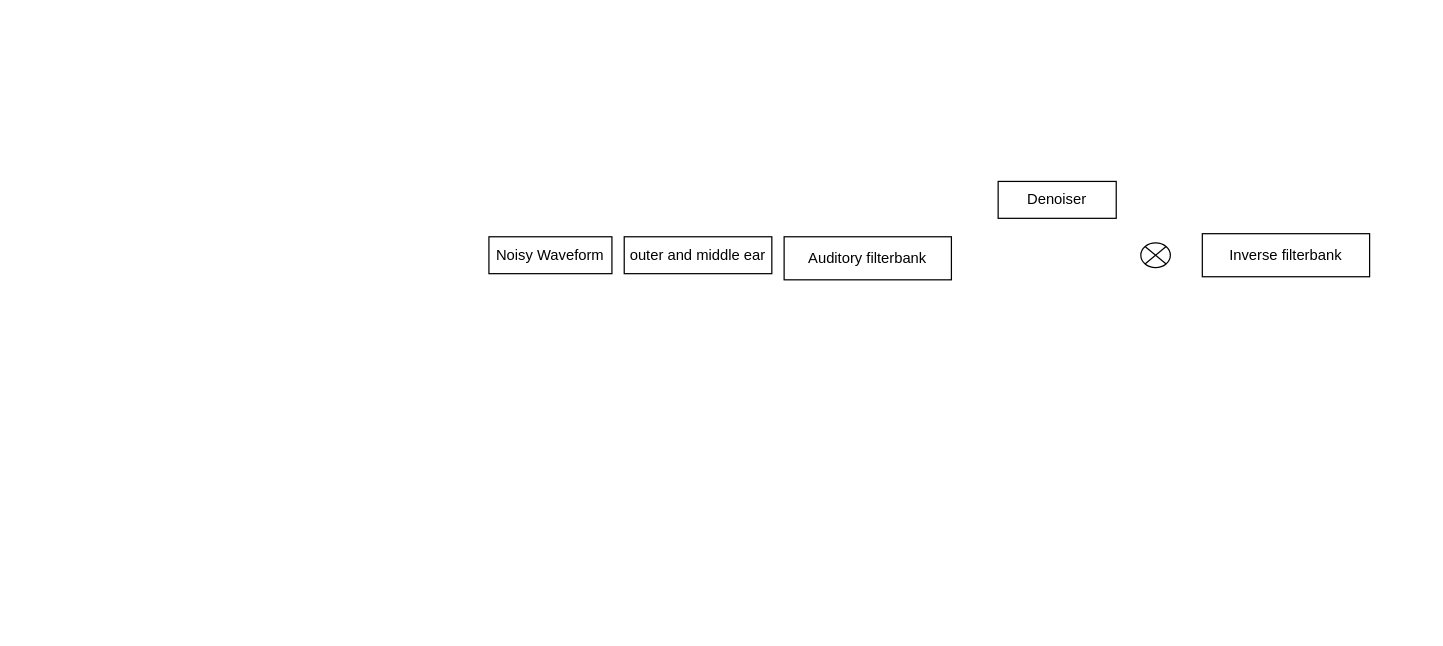
This is model/未命名绘图.drawio from linan2/A-Convolutional-Recurrent-Neural-Network-for-Real-Time-Speech-Enhancement, a draw.io file, before an edit. Source tidied: cells renumbered, new cells numbered last; positions are measured from the earlier drawing's top-left corner, leaving out a move shared by most shapes. Both pictures are drawn from the tidied source at 123%, with x=0, y=0 at pixel (488, 181).
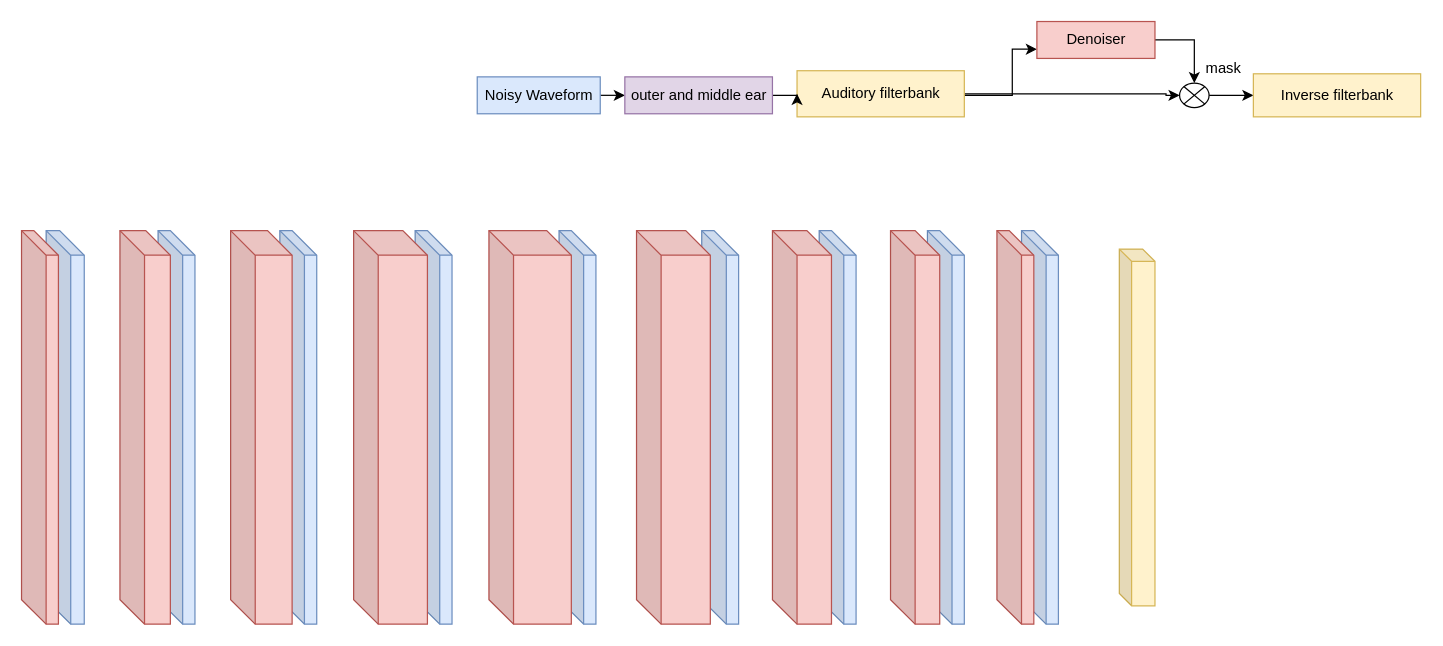
Above is the later version.

Commit message:
更新未命名绘图.drawio

The edit, as a diff of the source:
```diff
@@
+    <mxCell id="8" style="edgeStyle=orthogonalEdgeStyle;rounded=0;jettySize=auto;html=1;exitX=1;exitY=0.5;exitDx=0;exitDy=0;entryX=0;entryY=0.5;entryDx=0;entryDy=0;" parent="1" edge="1" source="2" target="4">
+      <mxGeometry relative="1" as="geometry" />
+    </mxCell>
-    <mxCell id="2" value="Noisy Waveform" style="rounded=0;whiteSpace=wrap;html=1;" parent="1" vertex="1">
-      <mxGeometry y="45" width="100" height="30" as="geometry" />
+    <mxCell id="2" value="Noisy Waveform" style="rounded=0;whiteSpace=wrap;html=1;fillColor=#dae8fc;strokeColor=#6c8ebf;" parent="1" vertex="1">
+      <mxGeometry x="-9.5" y="-85" width="100" height="30" as="geometry" />
     </mxCell>
+    <mxCell id="9" style="edgeStyle=orthogonalEdgeStyle;rounded=0;jettySize=auto;html=1;exitX=1;exitY=0.5;exitDx=0;exitDy=0;entryX=0;entryY=0.5;entryDx=0;entryDy=0;entryPerimeter=0;" parent="1" edge="1" source="3" target="6">
+      <mxGeometry relative="1" as="geometry">
+        <Array as="points">
+          <mxPoint x="550.5" y="-71" />
+          <mxPoint x="550.5" y="-70" />
+        </Array>
+      </mxGeometry>
+    </mxCell>
+    <mxCell id="10" style="edgeStyle=orthogonalEdgeStyle;rounded=0;jettySize=auto;html=1;entryX=0;entryY=0.75;entryDx=0;entryDy=0;" parent="1" edge="1" source="3" target="5">
+      <mxGeometry relative="1" as="geometry">
+        <Array as="points">
+          <mxPoint x="425.5" y="-70" />
+          <mxPoint x="425.5" y="-107" />
+        </Array>
+      </mxGeometry>
+    </mxCell>
-    <mxCell id="3" value="Auditory filterbank" style="rounded=0;whiteSpace=wrap;html=1;" parent="1" vertex="1">
-      <mxGeometry x="240" y="45" width="136" height="35" as="geometry" />
+    <mxCell id="3" value="Auditory filterbank" style="rounded=0;whiteSpace=wrap;html=1;fillColor=#fff2cc;strokeColor=#d6b656;" parent="1" vertex="1">
+      <mxGeometry x="250.5" y="-90" width="136" height="37.5" as="geometry" />
     </mxCell>
+    <mxCell id="11" style="edgeStyle=orthogonalEdgeStyle;rounded=0;jettySize=auto;html=1;exitX=1;exitY=0.5;exitDx=0;exitDy=0;entryX=0;entryY=0.5;entryDx=0;entryDy=0;" parent="1" edge="1" source="4" target="3">
+      <mxGeometry relative="1" as="geometry" />
+    </mxCell>
-    <mxCell id="4" value="outer and middle ear" style="rounded=0;whiteSpace=wrap;html=1;" parent="1" vertex="1">
-      <mxGeometry x="110" y="45" width="120" height="30" as="geometry" />
+    <mxCell id="4" value="outer and middle ear" style="rounded=0;whiteSpace=wrap;html=1;fillColor=#e1d5e7;strokeColor=#9673a6;" parent="1" vertex="1">
+      <mxGeometry x="110.5" y="-85" width="120" height="30" as="geometry" />
     </mxCell>
+    <mxCell id="12" style="edgeStyle=orthogonalEdgeStyle;rounded=0;jettySize=auto;html=1;entryX=0.5;entryY=0;entryDx=0;entryDy=0;entryPerimeter=0;" parent="1" edge="1" source="5" target="6">
+      <mxGeometry relative="1" as="geometry" />
+    </mxCell>
-    <mxCell id="5" value="Denoiser" style="rounded=0;whiteSpace=wrap;html=1;" parent="1" vertex="1">
-      <mxGeometry x="414" width="96" height="30" as="geometry" />
+    <mxCell id="5" value="Denoiser" style="rounded=0;whiteSpace=wrap;html=1;fillColor=#f8cecc;strokeColor=#b85450;" parent="1" vertex="1">
+      <mxGeometry x="445.5" y="-130" width="96" height="30" as="geometry" />
     </mxCell>
+    <mxCell id="13" style="edgeStyle=orthogonalEdgeStyle;rounded=0;jettySize=auto;html=1;exitX=1;exitY=0.5;exitDx=0;exitDy=0;exitPerimeter=0;entryX=0;entryY=0.5;entryDx=0;entryDy=0;" parent="1" edge="1" source="6" target="7">
+      <mxGeometry relative="1" as="geometry" />
+    </mxCell>
     <mxCell id="6" style="verticalLabelPosition=bottom;verticalAlign=top;html=1;shape=mxgraph.flowchart.or;" parent="1" vertex="1">
-      <mxGeometry x="530" y="50" width="24" height="20" as="geometry" />
+      <mxGeometry x="561.5" y="-80" width="24" height="20" as="geometry" />
     </mxCell>
-    <mxCell id="7" value="Inverse filterbank" style="rounded=0;whiteSpace=wrap;html=1;" parent="1" vertex="1">
-      <mxGeometry x="580" y="42.5" width="136" height="35" as="geometry" />
+    <mxCell id="7" value="Inverse filterbank" style="rounded=0;whiteSpace=wrap;html=1;fillColor=#fff2cc;strokeColor=#d6b656;" parent="1" vertex="1">
+      <mxGeometry x="621.5" y="-87.5" width="136" height="35" as="geometry" />
     </mxCell>
+    <mxCell id="14" value="mask" style="text;html=1;align=center;verticalAlign=middle;strokeColor=none;fillColor=none;" parent="1" vertex="1">
+      <mxGeometry x="571.5" y="-107.5" width="50" height="30" as="geometry" />
+    </mxCell>
+    <mxCell id="15" style="shape=cube;whiteSpace=wrap;html=1;boundedLbl=1;backgroundOutline=1;darkOpacity=0.05;darkOpacity2=0.1;fillColor=#dae8fc;strokeColor=#6c8ebf;" parent="1" vertex="1">
+      <mxGeometry x="-360" y="40" width="31" height="320" as="geometry" />
+    </mxCell>
+    <mxCell id="16" style="shape=cube;whiteSpace=wrap;html=1;boundedLbl=1;backgroundOutline=1;darkOpacity=0.05;darkOpacity2=0.1;fillColor=#f8cecc;strokeColor=#b85450;size=20;" parent="1" vertex="1">
+      <mxGeometry x="-380" y="40" width="30" height="320" as="geometry" />
+    </mxCell>
+    <mxCell id="17" style="shape=cube;whiteSpace=wrap;html=1;boundedLbl=1;backgroundOutline=1;darkOpacity=0.05;darkOpacity2=0.1;fillColor=#dae8fc;strokeColor=#6c8ebf;" parent="1" vertex="1">
+      <mxGeometry x="-269" y="40" width="30" height="320" as="geometry" />
+    </mxCell>
+    <mxCell id="18" style="shape=cube;whiteSpace=wrap;html=1;boundedLbl=1;backgroundOutline=1;darkOpacity=0.05;darkOpacity2=0.1;fillColor=#f8cecc;strokeColor=#b85450;" parent="1" vertex="1">
+      <mxGeometry x="-300" y="40" width="41" height="320" as="geometry" />
+    </mxCell>
+    <mxCell id="19" style="shape=cube;whiteSpace=wrap;html=1;boundedLbl=1;backgroundOutline=1;darkOpacity=0.05;darkOpacity2=0.1;fillColor=#dae8fc;strokeColor=#6c8ebf;" parent="1" vertex="1">
+      <mxGeometry x="-170" y="40" width="30" height="320" as="geometry" />
+    </mxCell>
+    <mxCell id="20" style="shape=cube;whiteSpace=wrap;html=1;boundedLbl=1;backgroundOutline=1;darkOpacity=0.05;darkOpacity2=0.1;fillColor=#f8cecc;strokeColor=#b85450;" parent="1" vertex="1">
+      <mxGeometry x="-210" y="40" width="50" height="320" as="geometry" />
+    </mxCell>
+    <mxCell id="21" style="shape=cube;whiteSpace=wrap;html=1;boundedLbl=1;backgroundOutline=1;darkOpacity=0.05;darkOpacity2=0.1;fillColor=#dae8fc;strokeColor=#6c8ebf;" parent="1" vertex="1">
+      <mxGeometry x="-60" y="40" width="30" height="320" as="geometry" />
+    </mxCell>
+    <mxCell id="22" style="shape=cube;whiteSpace=wrap;html=1;boundedLbl=1;backgroundOutline=1;darkOpacity=0.05;darkOpacity2=0.1;fillColor=#f8cecc;strokeColor=#b85450;" parent="1" vertex="1">
+      <mxGeometry x="-110" y="40" width="60" height="320" as="geometry" />
+    </mxCell>
+    <mxCell id="23" style="shape=cube;whiteSpace=wrap;html=1;boundedLbl=1;backgroundOutline=1;darkOpacity=0.05;darkOpacity2=0.1;fillColor=#dae8fc;strokeColor=#6c8ebf;" parent="1" vertex="1">
+      <mxGeometry x="57" y="40" width="30" height="320" as="geometry" />
+    </mxCell>
+    <mxCell id="24" style="shape=cube;whiteSpace=wrap;html=1;boundedLbl=1;backgroundOutline=1;darkOpacity=0.05;darkOpacity2=0.1;fillColor=#f8cecc;strokeColor=#b85450;" parent="1" vertex="1">
+      <mxGeometry y="40" width="67" height="320" as="geometry" />
+    </mxCell>
+    <mxCell id="25" style="shape=cube;whiteSpace=wrap;html=1;boundedLbl=1;backgroundOutline=1;darkOpacity=0.05;darkOpacity2=0.1;fillColor=#dae8fc;strokeColor=#6c8ebf;" parent="1" vertex="1">
+      <mxGeometry x="173" y="40" width="30" height="320" as="geometry" />
+    </mxCell>
+    <mxCell id="26" style="shape=cube;whiteSpace=wrap;html=1;boundedLbl=1;backgroundOutline=1;darkOpacity=0.05;darkOpacity2=0.1;fillColor=#f8cecc;strokeColor=#b85450;" parent="1" vertex="1">
+      <mxGeometry x="120" y="40" width="60" height="320" as="geometry" />
+    </mxCell>
+    <mxCell id="27" style="shape=cube;whiteSpace=wrap;html=1;boundedLbl=1;backgroundOutline=1;darkOpacity=0.05;darkOpacity2=0.1;fillColor=#dae8fc;strokeColor=#6c8ebf;" parent="1" vertex="1">
+      <mxGeometry x="268.5" y="40" width="30" height="320" as="geometry" />
+    </mxCell>
+    <mxCell id="28" style="shape=cube;whiteSpace=wrap;html=1;boundedLbl=1;backgroundOutline=1;darkOpacity=0.05;darkOpacity2=0.1;fillColor=#f8cecc;strokeColor=#b85450;" parent="1" vertex="1">
+      <mxGeometry x="230.5" y="40" width="48" height="320" as="geometry" />
+    </mxCell>
+    <mxCell id="29" style="shape=cube;whiteSpace=wrap;html=1;boundedLbl=1;backgroundOutline=1;darkOpacity=0.05;darkOpacity2=0.1;fillColor=#dae8fc;strokeColor=#6c8ebf;" parent="1" vertex="1">
+      <mxGeometry x="356.5" y="40" width="30" height="320" as="geometry" />
+    </mxCell>
+    <mxCell id="30" style="shape=cube;whiteSpace=wrap;html=1;boundedLbl=1;backgroundOutline=1;darkOpacity=0.05;darkOpacity2=0.1;fillColor=#f8cecc;strokeColor=#b85450;" parent="1" vertex="1">
+      <mxGeometry x="326.5" y="40" width="40" height="320" as="geometry" />
+    </mxCell>
+    <mxCell id="31" style="shape=cube;whiteSpace=wrap;html=1;boundedLbl=1;backgroundOutline=1;darkOpacity=0.05;darkOpacity2=0.1;fillColor=#dae8fc;strokeColor=#6c8ebf;" parent="1" vertex="1">
+      <mxGeometry x="433" y="40" width="30" height="320" as="geometry" />
+    </mxCell>
+    <mxCell id="32" style="shape=cube;whiteSpace=wrap;html=1;boundedLbl=1;backgroundOutline=1;darkOpacity=0.05;darkOpacity2=0.1;fillColor=#f8cecc;strokeColor=#b85450;" parent="1" vertex="1">
+      <mxGeometry x="413" y="40" width="30" height="320" as="geometry" />
+    </mxCell>
+    <mxCell id="33" style="shape=cube;whiteSpace=wrap;html=1;boundedLbl=1;backgroundOutline=1;darkOpacity=0.05;darkOpacity2=0.1;fillColor=#fff2cc;strokeColor=#d6b656;size=10;" parent="1" vertex="1">
+      <mxGeometry x="512.5" y="55" width="29" height="290" as="geometry" />
+    </mxCell>
```
